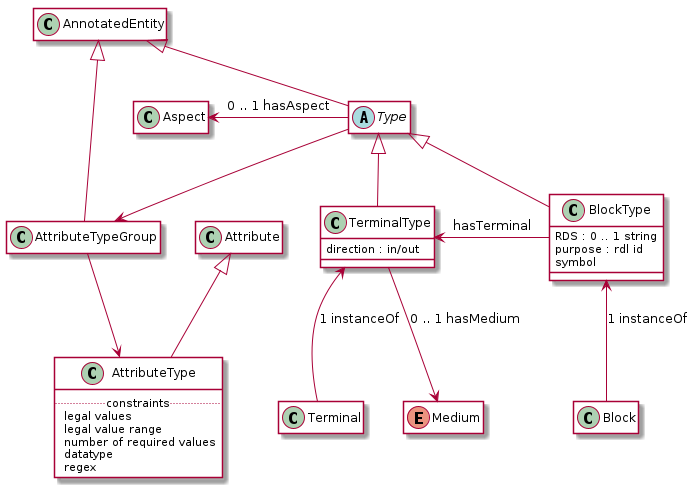
Earlier version of the PlantUML export out/img/imf-structural-spec-types.png (imf-lab/imf-ontology-semweb). Source of this version:
```plantuml
@startuml
hide empty members

skinparam class {
 BackgroundColor White
}

AnnotatedEntity <|-- Type
AnnotatedEntity <|-- AttributeTypeGroup

abstract class Type {
}

Type -left-> Aspect : 0 .. 1 hasAspect
BlockType -left-> TerminalType : hasTerminal

class BlockType {
  RDS : 0 .. 1 string
  purpose : rdl id
  symbol
}
class TerminalType {
  direction : in/out
}

enum Medium

TerminalType --> Medium : 0 .. 1 hasMedium

class AttributeTypeGroup

class AttributeType {
.. constraints ..
 legal values
 legal value range
 number of required values
 datatype
 regex
}

Type <|-- BlockType
Type <|-- TerminalType

BlockType <-- Block : 1 instanceOf
TerminalType <-- Terminal : 1 instanceOf

Type --> AttributeTypeGroup
AttributeTypeGroup --> AttributeType
Attribute <|-- AttributeType
@enduml
```
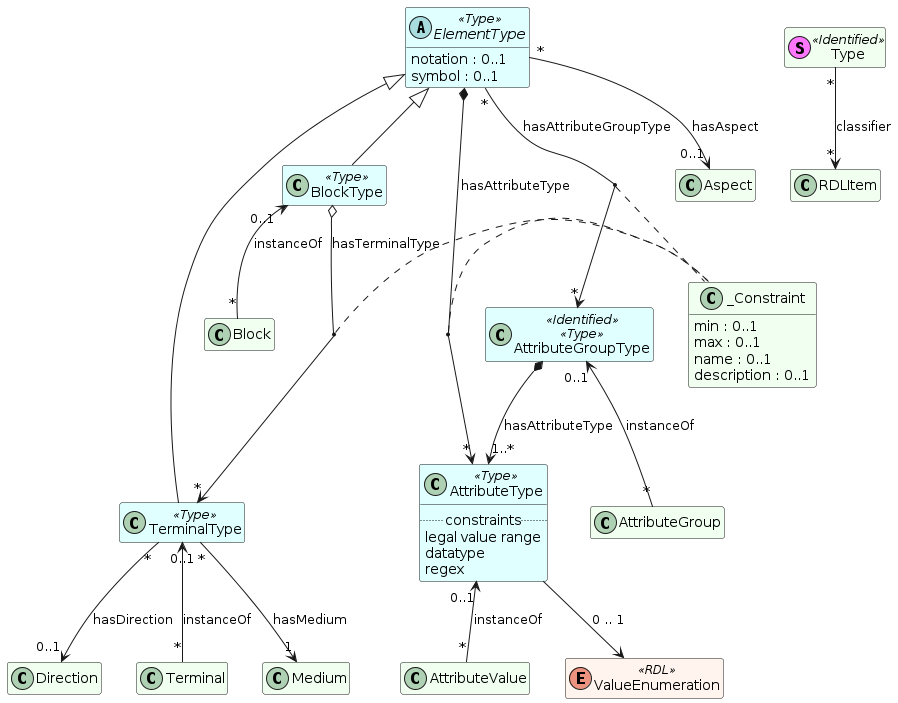
After the commit.

The edit, as a diff of the source:
```diff
@@ -2,49 +2,67 @@
 hide empty members
 
 skinparam class {
- BackgroundColor White
+ BackgroundColor HoneyDew
+ BackgroundColor<< RDL >> SeaShell
+ BackgroundColor<< Type >> LightCyan
 }
 
-AnnotatedEntity <|-- Type
-AnnotatedEntity <|-- AttributeTypeGroup
 
-abstract class Type {
+
+stereotype Type << Identified >>
+
+abstract class ElementType << Type >> {
+  notation : 0..1
+  symbol : 0..1
 }
 
-Type -left-> Aspect : 0 .. 1 hasAspect
-BlockType -left-> TerminalType : hasTerminal
-
-class BlockType {
-  RDS : 0 .. 1 string
-  purpose : rdl id
-  symbol
-}
-class TerminalType {
-  direction : in/out
+class BlockType << Type >> {
 }
 
-enum Medium
+class TerminalType << Type >>
 
-TerminalType --> Medium : 0 .. 1 hasMedium
+class AttributeGroupType << Identified >> << Type >>
 
-class AttributeTypeGroup
-
-class AttributeType {
+class AttributeType << Type >> {
 .. constraints ..
- legal values
  legal value range
- number of required values
  datatype
  regex
 }
 
-Type <|-- BlockType
-Type <|-- TerminalType
+ElementType <|-- BlockType
+ElementType <|-- TerminalType
 
-BlockType <-- Block : 1 instanceOf
-TerminalType <-- Terminal : 1 instanceOf
+Type "*" --> "*" RDLItem : classifier
 
-Type --> AttributeTypeGroup
-AttributeTypeGroup --> AttributeType
-Attribute <|-- AttributeType
+ElementType "*" --> "0..1" Aspect : hasAspect
+
+TerminalType "*" --> "1" Medium : hasMedium
+TerminalType "*" --> "0..1" Direction : hasDirection
+
+BlockType o--> "*" TerminalType : hasTerminalType
+(BlockType, TerminalType) .. _Constraint
+
+class _Constraint {
+ min : 0..1
+ max : 0..1
+ name : 0..1
+ description : 0..1
+}
+
+ElementType "*" --> "*" AttributeGroupType : hasAttributeGroupType
+(ElementType, AttributeGroupType) .. _Constraint
+
+ElementType *--> "*" AttributeType : hasAttributeType
+(ElementType, AttributeType) .. _Constraint
+
+AttributeGroupType *--> "1..*" AttributeType : hasAttributeType
+
+BlockType "0..1" <-- "*" Block : instanceOf
+TerminalType "0..1" <-- "*" Terminal : instanceOf
+AttributeType "0..1" <-- "*" AttributeValue : instanceOf
+AttributeGroupType "0..1" <-- "*" AttributeGroup : instanceOf
+
+enum ValueEnumeration << RDL >>
+AttributeType --> ValueEnumeration : 0 .. 1
 @enduml
```
